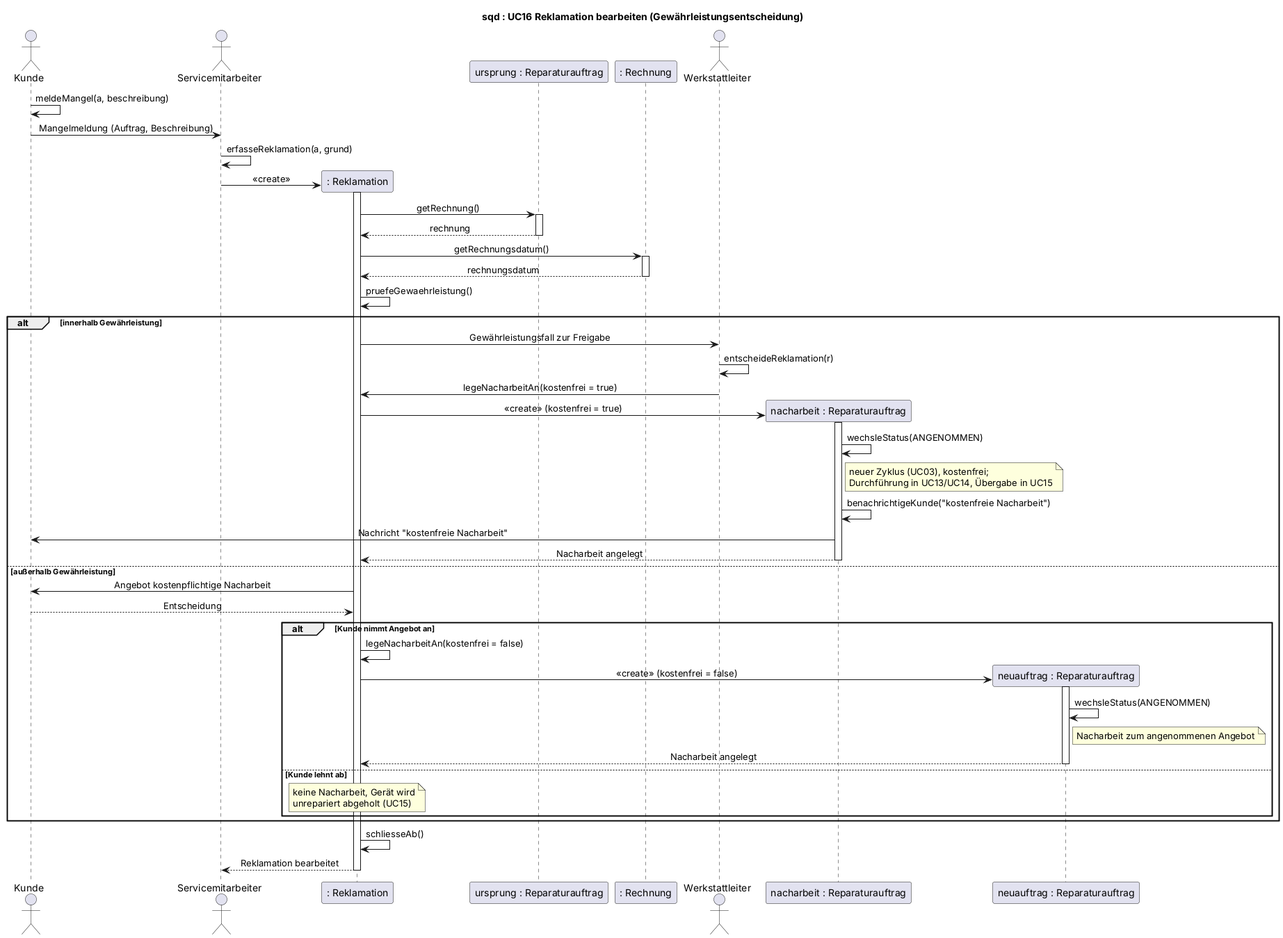
Above: uml/sequenz-05-reklamation.png in jakobschwan123-cmd/casestudy-semester-3 (PlantUML), before the change.
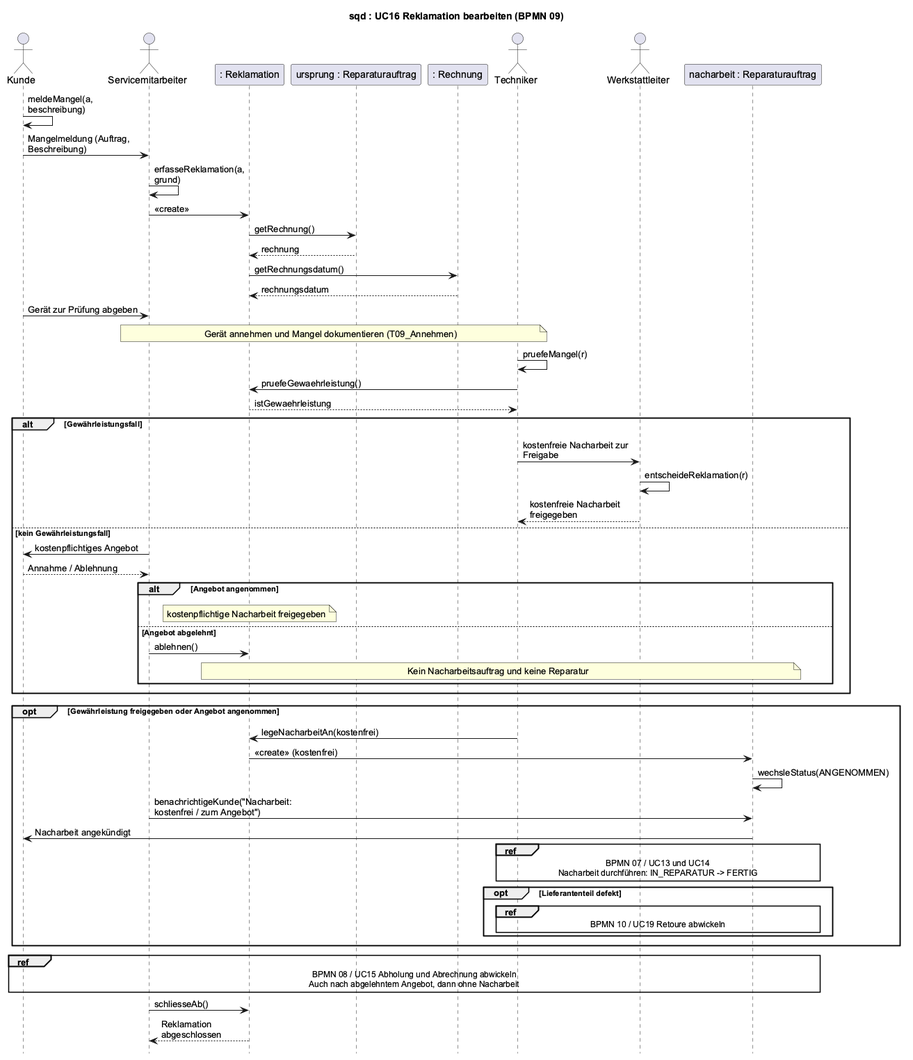
After the change.

What changed in the source:
```diff
@@ -1,62 +1,58 @@
 @startuml
-title sqd : UC16 Reklamation bearbeiten (Gewährleistungsentscheidung)
+title sqd : UC16 Reklamation bearbeiten (BPMN 09)
 skinparam defaultFontName Arial
-skinparam sequenceMessageAlign center
+skinparam sequenceMessageAlign left
+skinparam maxMessageSize 160
+hide footbox
+
 actor Kunde
 actor Servicemitarbeiter as SM
 participant ": Reklamation" as REK
 participant "ursprung : Reparaturauftrag" as RA
 participant ": Rechnung" as RE
-actor Werkstattleiter
+actor Techniker
+actor Werkstattleiter as WL
 participant "nacharbeit : Reparaturauftrag" as NA
-participant "neuauftrag : Reparaturauftrag" as NEU
 
 Kunde -> Kunde : meldeMangel(a, beschreibung)
 Kunde -> SM : Mangelmeldung (Auftrag, Beschreibung)
 SM -> SM : erfasseReklamation(a, grund)
-create REK
 SM -> REK : <<create>>
-activate REK
 REK -> RA : getRechnung()
-activate RA
 RA --> REK : rechnung
-deactivate RA
 REK -> RE : getRechnungsdatum()
-activate RE
 RE --> REK : rechnungsdatum
-deactivate RE
-REK -> REK : pruefeGewaehrleistung()
-
-alt innerhalb Gewährleistung
-    REK -> Werkstattleiter : Gewährleistungsfall zur Freigabe
-    Werkstattleiter -> Werkstattleiter : entscheideReklamation(r)
-    Werkstattleiter -> REK : legeNacharbeitAn(kostenfrei = true)
-    create NA
-    REK -> NA : <<create>> (kostenfrei = true)
-    activate NA
-    NA -> NA : wechsleStatus(ANGENOMMEN)
-    note right of NA : neuer Zyklus (UC03), kostenfrei;\nDurchführung in UC13/UC14, Übergabe in UC15
-    NA -> NA : benachrichtigeKunde("kostenfreie Nacharbeit")
-    NA -> Kunde : Nachricht "kostenfreie Nacharbeit"
-    NA --> REK : Nacharbeit angelegt
-    deactivate NA
-else außerhalb Gewährleistung
-    REK -> Kunde : Angebot kostenpflichtige Nacharbeit
-    Kunde --> REK : Entscheidung
-    alt Kunde nimmt Angebot an
-        REK -> REK : legeNacharbeitAn(kostenfrei = false)
-        create NEU
-        REK -> NEU : <<create>> (kostenfrei = false)
-        activate NEU
-        NEU -> NEU : wechsleStatus(ANGENOMMEN)
-        note right of NEU : Nacharbeit zum angenommenen Angebot
-        NEU --> REK : Nacharbeit angelegt
-        deactivate NEU
-    else Kunde lehnt ab
-        note over REK : keine Nacharbeit, Gerät wird\nunrepariert abgeholt (UC15)
+Kunde -> SM : Gerät zur Prüfung abgeben
+note over SM, Techniker : Gerät annehmen und Mangel dokumentieren (T09_Annehmen)
+Techniker -> Techniker : pruefeMangel(r)
+Techniker -> REK : pruefeGewaehrleistung()
+REK --> Techniker : istGewaehrleistung
+alt Gewährleistungsfall
+    Techniker -> WL : kostenfreie Nacharbeit zur Freigabe
+    WL -> WL : entscheideReklamation(r)
+    WL --> Techniker : kostenfreie Nacharbeit freigegeben
+else kein Gewährleistungsfall
+    SM -> Kunde : kostenpflichtiges Angebot
+    Kunde --> SM : Annahme / Ablehnung
+    alt Angebot angenommen
+        note over REK : kostenpflichtige Nacharbeit freigegeben
+    else Angebot abgelehnt
+        SM -> REK : ablehnen()
+        note over REK, NA : Kein Nacharbeitsauftrag und keine Reparatur
     end
 end
-REK -> REK : schliesseAb()
-REK --> SM : Reklamation bearbeitet
-deactivate REK
+opt Gewährleistung freigegeben oder Angebot angenommen
+    Techniker -> REK : legeNacharbeitAn(kostenfrei)
+    REK -> NA : <<create>> (kostenfrei)
+    NA -> NA : wechsleStatus(ANGENOMMEN)
+    SM -> NA : benachrichtigeKunde("Nacharbeit: kostenfrei / zum Angebot")
+    NA -> Kunde : Nacharbeit angekündigt
+    ref over Techniker, NA : BPMN 07 / UC13 und UC14\nNacharbeit durchführen: IN_REPARATUR -> FERTIG
+    opt Lieferantenteil defekt
+        ref over Techniker, NA : BPMN 10 / UC19 Retoure abwickeln
+    end
+end
+ref over Kunde, SM, RA, NA : BPMN 08 / UC15 Abholung und Abrechnung abwickeln\nAuch nach abgelehntem Angebot, dann ohne Nacharbeit
+SM -> REK : schliesseAb()
+REK --> SM : Reklamation abgeschlossen
 @enduml
```
